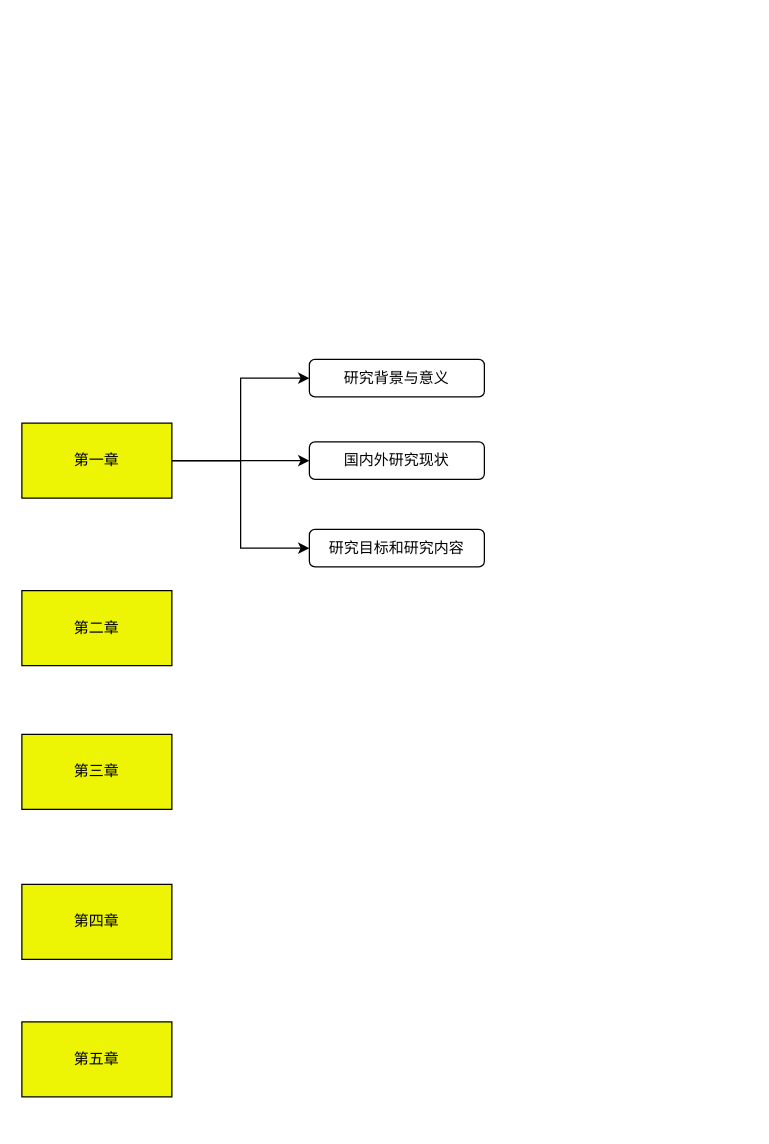
The draw.io diagram 论文/Untitled Diagram.drawio in zhou-ning/Diagrams, before the edit. Source tidied: cells renumbered, new cells numbered last; positions are measured from the earlier drawing's top-left corner, leaving out a move shared by most shapes. Both pictures are drawn from the tidied source at 125%, with x=0, y=0 at pixel (21, 359).
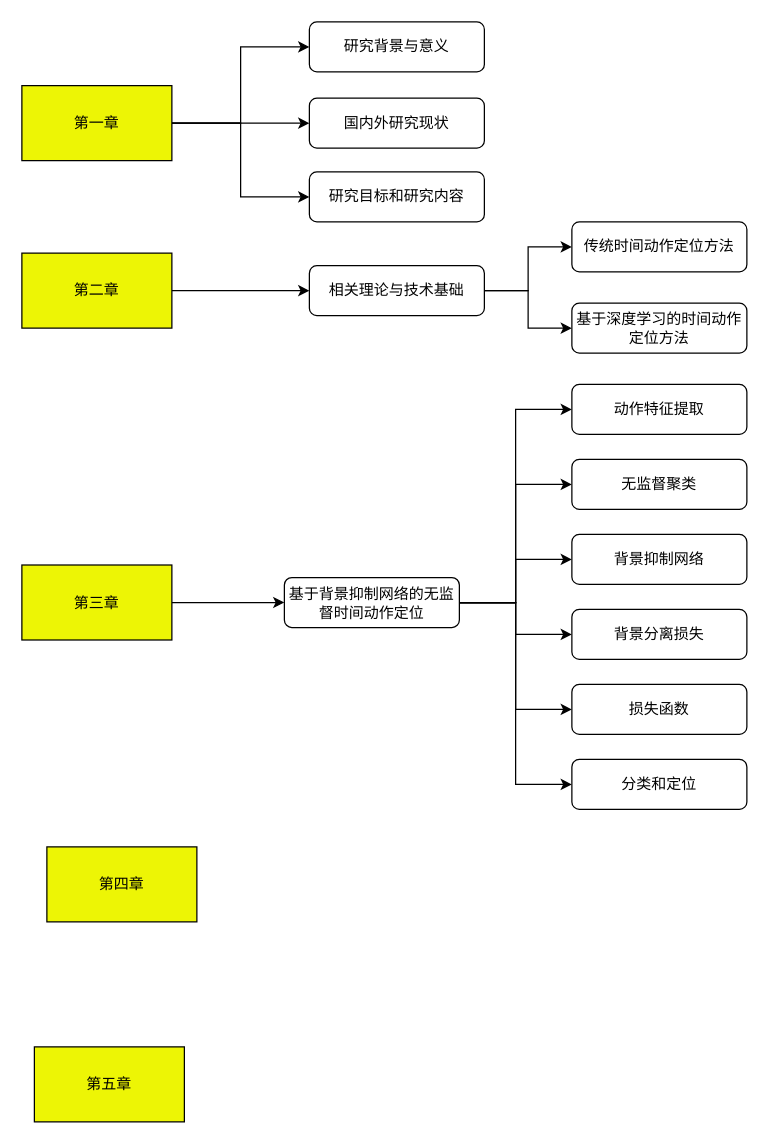
Above is the later version.

The edit, as a diff of the source:
```diff
@@
     <mxCell id="5" value="第一章" style="rounded=0;whiteSpace=wrap;html=1;fillColor=#EDF505;" parent="1" vertex="1">
-      <mxGeometry y="51" width="120" height="60" as="geometry" />
+      <mxGeometry y="-219" width="120" height="60" as="geometry" />
     </mxCell>
+    <mxCell id="13" style="edgeStyle=orthogonalEdgeStyle;rounded=0;jettySize=auto;html=1;" parent="1" edge="1" source="6" target="17">
+      <mxGeometry relative="1" as="geometry" />
+    </mxCell>
     <mxCell id="6" value="第二章" style="rounded=0;whiteSpace=wrap;html=1;fillColor=#EDF505;" parent="1" vertex="1">
-      <mxGeometry y="185" width="120" height="60" as="geometry" />
+      <mxGeometry y="-85" width="120" height="60" as="geometry" />
     </mxCell>
+    <mxCell id="14" style="edgeStyle=orthogonalEdgeStyle;rounded=0;jettySize=auto;html=1;entryX=0;entryY=0.5;entryDx=0;entryDy=0;" parent="1" edge="1" source="7" target="26">
+      <mxGeometry relative="1" as="geometry" />
+    </mxCell>
     <mxCell id="7" value="第三章" style="rounded=0;whiteSpace=wrap;html=1;fillColor=#EDF505;" parent="1" vertex="1">
-      <mxGeometry y="300" width="120" height="60" as="geometry" />
+      <mxGeometry y="164.5" width="120" height="60" as="geometry" />
     </mxCell>
     <mxCell id="8" value="第四章" style="rounded=0;whiteSpace=wrap;html=1;fillColor=#EDF505;" parent="1" vertex="1">
-      <mxGeometry y="420" width="120" height="60" as="geometry" />
+      <mxGeometry x="20" y="390" width="120" height="60" as="geometry" />
     </mxCell>
     <mxCell id="9" value="第五章" style="rounded=0;whiteSpace=wrap;html=1;fillColor=#EDF505;" parent="1" vertex="1">
-      <mxGeometry y="530" width="120" height="60" as="geometry" />
+      <mxGeometry x="10" y="550" width="120" height="60" as="geometry" />
     </mxCell>
     <mxCell id="10" value="研究背景与意义" style="rounded=1;whiteSpace=wrap;html=1;fillColor=#FFFFFF;" parent="1" vertex="1">
-      <mxGeometry x="230" width="140" height="30" as="geometry" />
+      <mxGeometry x="230" y="-270" width="140" height="40" as="geometry" />
     </mxCell>
     <mxCell id="11" value="国内外研究现状" style="rounded=1;whiteSpace=wrap;html=1;fillColor=#FFFFFF;" parent="1" vertex="1">
-      <mxGeometry x="230" y="66" width="140" height="30" as="geometry" />
+      <mxGeometry x="230" y="-209" width="140" height="40" as="geometry" />
     </mxCell>
     <mxCell id="12" value="研究目标和研究内容" style="rounded=1;whiteSpace=wrap;html=1;fillColor=#FFFFFF;" parent="1" vertex="1">
-      <mxGeometry x="230" y="136" width="140" height="30" as="geometry" />
+      <mxGeometry x="230" y="-150" width="140" height="40" as="geometry" />
     </mxCell>
+    <mxCell id="15" style="edgeStyle=orthogonalEdgeStyle;rounded=0;jettySize=auto;html=1;entryX=0;entryY=0.5;entryDx=0;entryDy=0;" parent="1" edge="1" source="17" target="18">
+      <mxGeometry relative="1" as="geometry" />
+    </mxCell>
+    <mxCell id="16" style="edgeStyle=orthogonalEdgeStyle;rounded=0;jettySize=auto;html=1;" parent="1" edge="1" source="17" target="19">
+      <mxGeometry relative="1" as="geometry" />
+    </mxCell>
+    <mxCell id="17" value="相关理论与技术基础" style="rounded=1;whiteSpace=wrap;html=1;fillColor=#FFFFFF;" parent="1" vertex="1">
+      <mxGeometry x="230" y="-75" width="140" height="40" as="geometry" />
+    </mxCell>
+    <mxCell id="18" value="传统时间动作定位方法" style="rounded=1;whiteSpace=wrap;html=1;fillColor=#FFFFFF;" parent="1" vertex="1">
+      <mxGeometry x="440" y="-110" width="140" height="40" as="geometry" />
+    </mxCell>
+    <mxCell id="19" value="基于深度学习的时间动作定位方法" style="rounded=1;whiteSpace=wrap;html=1;fillColor=#FFFFFF;" parent="1" vertex="1">
+      <mxGeometry x="440" y="-45" width="140" height="40" as="geometry" />
+    </mxCell>
+    <mxCell id="20" style="edgeStyle=orthogonalEdgeStyle;rounded=0;jettySize=auto;html=1;entryX=0;entryY=0.5;entryDx=0;entryDy=0;" parent="1" edge="1" source="26" target="27">
+      <mxGeometry relative="1" as="geometry" />
+    </mxCell>
+    <mxCell id="21" style="edgeStyle=orthogonalEdgeStyle;rounded=0;jettySize=auto;html=1;entryX=0;entryY=0.5;entryDx=0;entryDy=0;" parent="1" edge="1" source="26" target="28">
+      <mxGeometry relative="1" as="geometry" />
+    </mxCell>
+    <mxCell id="22" style="edgeStyle=orthogonalEdgeStyle;rounded=0;jettySize=auto;html=1;entryX=0;entryY=0.5;entryDx=0;entryDy=0;" parent="1" edge="1" source="26" target="29">
+      <mxGeometry relative="1" as="geometry" />
+    </mxCell>
+    <mxCell id="23" style="edgeStyle=orthogonalEdgeStyle;rounded=0;jettySize=auto;html=1;" parent="1" edge="1" source="26" target="30">
+      <mxGeometry relative="1" as="geometry" />
+    </mxCell>
+    <mxCell id="24" style="edgeStyle=orthogonalEdgeStyle;rounded=0;jettySize=auto;html=1;entryX=0;entryY=0.5;entryDx=0;entryDy=0;" parent="1" edge="1" source="26" target="31">
+      <mxGeometry relative="1" as="geometry" />
+    </mxCell>
+    <mxCell id="25" style="edgeStyle=orthogonalEdgeStyle;rounded=0;jettySize=auto;html=1;entryX=0;entryY=0.5;entryDx=0;entryDy=0;" parent="1" edge="1" source="26" target="32">
+      <mxGeometry relative="1" as="geometry" />
+    </mxCell>
+    <mxCell id="26" value="基于背景抑制网络的无监督时间动作定位" style="rounded=1;whiteSpace=wrap;html=1;fillColor=#FFFFFF;" parent="1" vertex="1">
+      <mxGeometry x="210" y="174.5" width="140" height="40" as="geometry" />
+    </mxCell>
+    <mxCell id="27" value="动作特征提取" style="rounded=1;whiteSpace=wrap;html=1;fillColor=#FFFFFF;" parent="1" vertex="1">
+      <mxGeometry x="440" y="20" width="140" height="40" as="geometry" />
+    </mxCell>
+    <mxCell id="28" value="无监督聚类" style="rounded=1;whiteSpace=wrap;html=1;fillColor=#FFFFFF;" parent="1" vertex="1">
+      <mxGeometry x="440" y="80" width="140" height="40" as="geometry" />
+    </mxCell>
+    <mxCell id="29" value="背景抑制网络" style="rounded=1;whiteSpace=wrap;html=1;fillColor=#FFFFFF;" parent="1" vertex="1">
+      <mxGeometry x="440" y="140" width="140" height="40" as="geometry" />
+    </mxCell>
+    <mxCell id="30" value="背景分离损失" style="rounded=1;whiteSpace=wrap;html=1;fillColor=#FFFFFF;" parent="1" vertex="1">
+      <mxGeometry x="440" y="200" width="140" height="40" as="geometry" />
+    </mxCell>
+    <mxCell id="31" value="损失函数" style="rounded=1;whiteSpace=wrap;html=1;fillColor=#FFFFFF;" parent="1" vertex="1">
+      <mxGeometry x="440" y="260" width="140" height="40" as="geometry" />
+    </mxCell>
+    <mxCell id="32" value="分类和定位" style="rounded=1;whiteSpace=wrap;html=1;fillColor=#FFFFFF;" parent="1" vertex="1">
+      <mxGeometry x="440" y="320" width="140" height="40" as="geometry" />
+    </mxCell>
```
